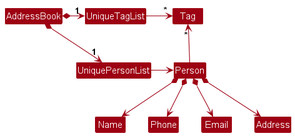
This is docs/images/BetterModelClassDiagram.png from nus-cs2103-AY2425S1/tp, a PlantUML export, as it was before one commit.
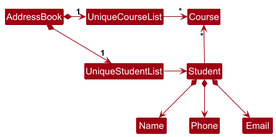
The same diagram one commit later.

Commit message:
Update Model Text & UML in DG

The edit, as a diff of the source:
```diff
@@ -4,18 +4,17 @@
 skinparam arrowColor MODEL_COLOR
 skinparam classBackgroundColor MODEL_COLOR
 
-AddressBook *-right-> "1" UniquePersonList
-AddressBook *-right-> "1" UniqueTagList
-UniqueTagList -[hidden]down- UniquePersonList
-UniqueTagList -[hidden]down- UniquePersonList
+AddressBook *-right-> "1" UniqueStudentList
+AddressBook *-right-> "1" UniqueCourseList
+UniqueCourseList -[hidden]down- UniqueStudentList
+UniqueCourseList -[hidden]down- UniqueStudentList
 
-UniqueTagList -right-> "*" Tag
-UniquePersonList -right-> Person
+UniqueCourseList -right-> "*" Course
+UniqueStudentList -right-> Student
 
-Person -up-> "*" Tag
+Student -up-> "*" Course
 
-Person *--> Name
-Person *--> Phone
-Person *--> Email
-Person *--> Address
+Student *--> Name
+Student *--> Phone
+Student *--> Email
 @enduml
```
